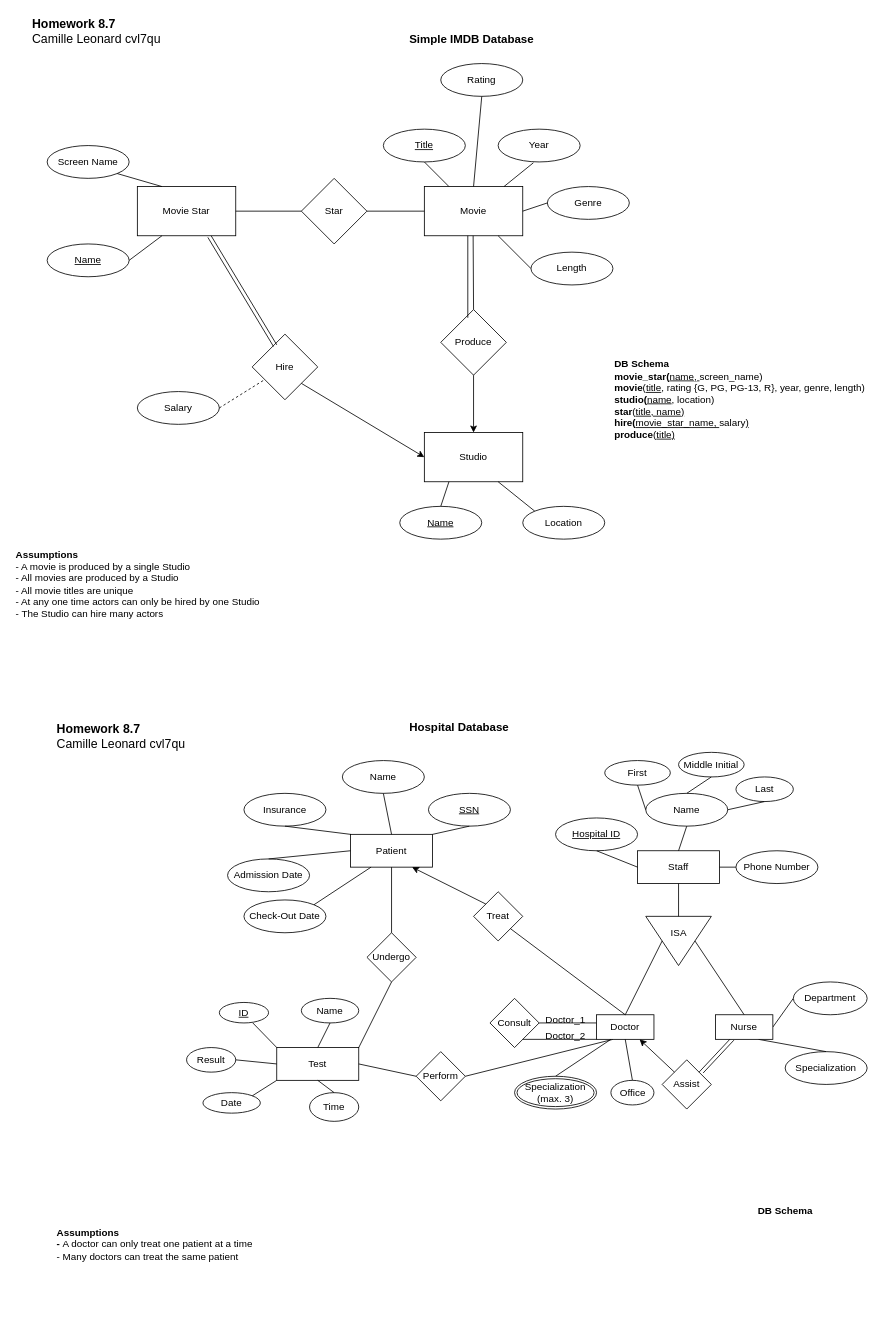
Above: HW 8.7 ER Diagrams.drawio in camillevleonard/CS_5012_Mod_8_MOE (draw.io), before the change. Source tidied: cells renumbered, new cells numbered last; positions are measured from the earlier drawing's top-left corner, leaving out a move shared by most shapes. Both pictures are drawn from the tidied source at 82%, with x=0, y=0 at pixel (14, 14).
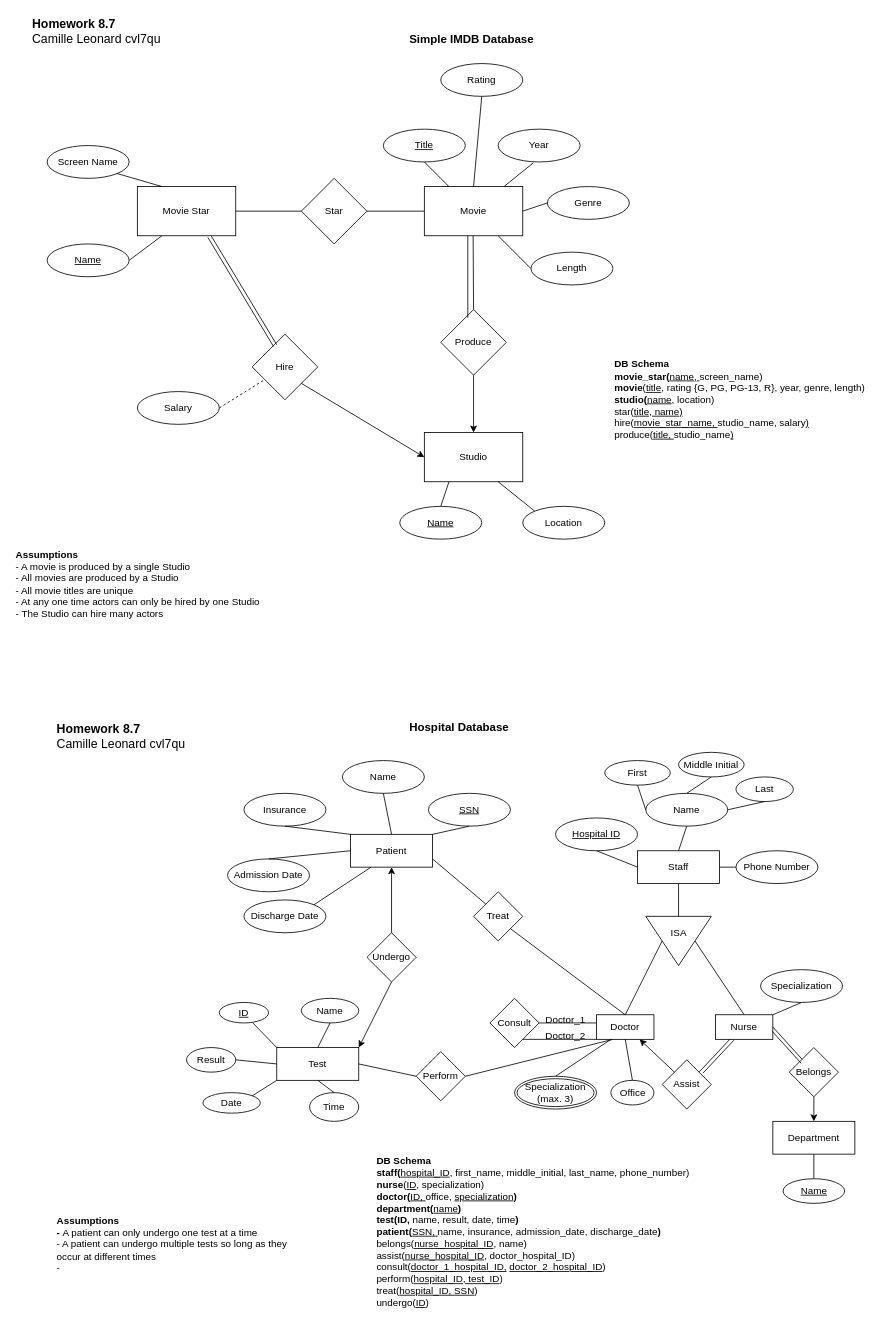
The same diagram, later.

Unchanged cells that the change refers to:
```xml
<mxCell id="41" value="Patient" style="whiteSpace=wrap;html=1;align=center;" parent="1" vertex="1">
  <mxGeometry x="410" y="1000" width="100" height="40" as="geometry" />
</mxCell>
<mxCell id="42" value="Treat" style="rhombus;whiteSpace=wrap;html=1;" parent="1" vertex="1">
  <mxGeometry x="560" y="1070" width="60" height="60" as="geometry" />
</mxCell>
<mxCell id="71" value="Assist" style="rhombus;whiteSpace=wrap;html=1;" parent="1" vertex="1">
  <mxGeometry x="790" y="1275" width="60" height="60" as="geometry" />
</mxCell>
<mxCell id="93" value="Nurse" style="whiteSpace=wrap;html=1;align=center;" parent="1" vertex="1">
  <mxGeometry x="855" y="1220" width="70" height="30" as="geometry" />
</mxCell>
<mxCell id="94" value="Doctor" style="whiteSpace=wrap;html=1;align=center;" parent="1" vertex="1">
  <mxGeometry x="710" y="1220" width="70" height="30" as="geometry" />
</mxCell>
<mxCell id="102" value="Test" style="whiteSpace=wrap;html=1;align=center;" parent="1" vertex="1">
  <mxGeometry x="320" y="1260" width="100" height="40" as="geometry" />
</mxCell>
<mxCell id="109" value="Undergo" style="rhombus;whiteSpace=wrap;html=1;" parent="1" vertex="1">
  <mxGeometry x="430" y="1120" width="60" height="60" as="geometry" />
</mxCell>
```

Change to the diagram source:
```diff
@@
-    <mxCell id="27" value="&lt;b&gt;DB Schema&lt;br&gt;movie_star(&lt;/b&gt;&lt;u&gt;name, &lt;/u&gt;screen_name)&lt;br&gt;&lt;b&gt;movie&lt;/b&gt;(&lt;u&gt;title&lt;/u&gt;, rating {G, PG, PG-13, R}, year, genre, length)&lt;br&gt;&lt;b&gt;studio(&lt;/b&gt;&lt;u&gt;name&lt;/u&gt;, location)&lt;br&gt;&lt;b&gt;star&lt;/b&gt;(&lt;u&gt;title, name)&lt;br&gt;&lt;/u&gt;&lt;b&gt;hire(&lt;/b&gt;&lt;u&gt;movie_star_name, &lt;/u&gt;salary&lt;u&gt;)&lt;br&gt;&lt;/u&gt;&lt;b&gt;produce&lt;/b&gt;(&lt;u&gt;title)&lt;/u&gt;" style="text;html=1;align=left;verticalAlign=middle;" parent="1" vertex="1">
+    <mxCell id="27" value="&lt;b&gt;DB Schema&lt;br&gt;movie_star(&lt;/b&gt;&lt;u&gt;name, &lt;/u&gt;screen_name)&lt;br&gt;&lt;b&gt;movie&lt;/b&gt;(&lt;u&gt;title&lt;/u&gt;, rating {G, PG, PG-13, R}, year, genre, length)&lt;br&gt;&lt;b&gt;studio(&lt;/b&gt;&lt;u&gt;name&lt;/u&gt;, location)&lt;br&gt;star(&lt;u&gt;title, name)&lt;br&gt;&lt;/u&gt;hire(&lt;u&gt;movie_star_name, &lt;/u&gt;studio_name,&amp;nbsp;salary&lt;u&gt;)&lt;br&gt;&lt;/u&gt;produce(&lt;u&gt;title, &lt;/u&gt;studio_name&lt;u&gt;)&lt;/u&gt;" style="text;html=1;align=left;verticalAlign=middle;" parent="1" vertex="1">
       <mxGeometry x="730" y="420" width="320" height="100" as="geometry" />
     </mxCell>
-    <mxCell id="28" value="&lt;b&gt;Assumptions&lt;br&gt;- &lt;/b&gt;A doctor can only treat one patient at a time&lt;br&gt;- Many doctors can treat the same patient" style="text;html=1;align=left;verticalAlign=middle;" parent="1" vertex="1">
-      <mxGeometry x="50" y="1475" width="250" height="50" as="geometry" />
+    <mxCell id="28" value="&lt;b&gt;Assumptions&lt;br&gt;- &lt;/b&gt;A patient can only undergo one test at a time&lt;br&gt;- A patient can undergo multiple tests so long as they &lt;br&gt;occur at different times&lt;br&gt;-" style="text;html=1;align=left;verticalAlign=middle;" parent="1" vertex="1">
+      <mxGeometry x="50" y="1460" width="300" height="80" as="geometry" />
     </mxCell>
-    <mxCell id="29" value="&lt;b&gt;DB Schema&lt;/b&gt;" style="text;html=1;align=left;verticalAlign=middle;" parent="1" vertex="1">
-      <mxGeometry x="905" y="1450" width="80" height="20" as="geometry" />
+    <mxCell id="29" value="&lt;b&gt;DB Schema&lt;/b&gt;&lt;br&gt;&lt;b&gt;staff(&lt;/b&gt;&lt;u&gt;hospital_ID&lt;/u&gt;, first_name, middle_initial, last_name, phone_number)&lt;br&gt;&lt;b&gt;nurse&lt;/b&gt;(&lt;u&gt;ID&lt;/u&gt;, specialization)&lt;br&gt;&lt;b&gt;doctor(&lt;/b&gt;&lt;u&gt;ID,&lt;/u&gt;&lt;u style=&quot;font-weight: bold&quot;&gt; &lt;/u&gt;office, &lt;u&gt;specialization&lt;/u&gt;&lt;b&gt;)&lt;/b&gt;&lt;br&gt;&lt;b&gt;department(&lt;/b&gt;&lt;u&gt;name&lt;/u&gt;&lt;b&gt;)&lt;/b&gt;&lt;br&gt;&lt;b&gt;test(&lt;/b&gt;&lt;b&gt;ID, &lt;/b&gt;name, result, date, time&lt;b&gt;)&lt;/b&gt;&lt;br&gt;&lt;b&gt;patient(&lt;/b&gt;&lt;u&gt;SSN, &lt;/u&gt;name, insurance, admission_date, discharge_date&lt;b&gt;)&lt;/b&gt;&lt;br&gt;belongs(&lt;u&gt;nurse_hospital_ID&lt;/u&gt;, name)&lt;br&gt;assist(&lt;u&gt;nurse_hospital_ID&lt;/u&gt;, doctor_hospital_ID)&lt;br&gt;consult(&lt;u&gt;doctor_1_hospital_ID,&lt;/u&gt; &lt;u&gt;doctor_2_hospital_ID&lt;/u&gt;)&lt;br&gt;perform(&lt;u&gt;hospital_ID, test_ID&lt;/u&gt;)&lt;br&gt;treat(&lt;u&gt;hospital_ID, SSN&lt;/u&gt;)&lt;br&gt;undergo(&lt;u&gt;ID&lt;/u&gt;)" style="text;html=1;align=left;verticalAlign=middle;" parent="1" vertex="1">
+      <mxGeometry x="440" y="1390" width="400" height="190" as="geometry" />
     </mxCell>
@@
-    <mxCell id="38" style="endArrow=none;html=1;entryX=1;entryY=0.5;entryDx=0;entryDy=0;exitX=0;exitY=0.5;exitDx=0;exitDy=0;" parent="1" edge="1" source="40" target="93">
-      <mxGeometry relative="1" as="geometry" />
-    </mxCell>
     <mxCell id="39" value="Specialization" style="ellipse;whiteSpace=wrap;html=1;align=center;" parent="1" vertex="1">
-      <mxGeometry x="940" y="1265" width="100" height="40" as="geometry" />
+      <mxGeometry x="910" y="1165" width="100" height="40" as="geometry" />
     </mxCell>
-    <mxCell id="40" value="Department" style="ellipse;whiteSpace=wrap;html=1;align=center;" parent="1" vertex="1">
-      <mxGeometry x="950" y="1180" width="90" height="40" as="geometry" />
-    </mxCell>
@@
-    <mxCell id="48" value="Check-Out Date" style="ellipse;whiteSpace=wrap;html=1;align=center;" parent="1" vertex="1">
+    <mxCell id="48" value="Discharge Date" style="ellipse;whiteSpace=wrap;html=1;align=center;" parent="1" vertex="1">
       <mxGeometry x="280" y="1080" width="100" height="40" as="geometry" />
     </mxCell>
@@
-    <mxCell id="58" style="endArrow=none;html=1;entryX=0.75;entryY=1;entryDx=0;entryDy=0;exitX=0.5;exitY=0;exitDx=0;exitDy=0;" parent="1" edge="1" source="39" target="93">
+    <mxCell id="58" style="endArrow=none;html=1;entryX=1;entryY=0;entryDx=0;entryDy=0;exitX=0.5;exitY=1;exitDx=0;exitDy=0;" parent="1" edge="1" source="39" target="93">
       <mxGeometry relative="1" as="geometry" />
     </mxCell>
@@
-    <mxCell id="110" style="endArrow=none;html=1;exitX=1;exitY=0;exitDx=0;exitDy=0;entryX=0.5;entryY=1;entryDx=0;entryDy=0;" parent="1" edge="1" source="102" target="109">
-      <mxGeometry relative="1" as="geometry" />
-    </mxCell>
+    <mxCell id="112" style="endArrow=classic;html=1;exitX=0;exitY=0;exitDx=0;exitDy=0;entryX=0.75;entryY=1;entryDx=0;entryDy=0;" parent="1" edge="1" source="71" target="94">
+      <mxGeometry relative="1" as="geometry" />
+    </mxCell>
+    <mxCell id="114" style="endArrow=none;html=1;entryX=1;entryY=1;entryDx=0;entryDy=0;exitX=0.5;exitY=0;exitDx=0;exitDy=0;" parent="1" edge="1" source="94" target="42">
+      <mxGeometry relative="1" as="geometry" />
+    </mxCell>
+    <mxCell id="40" value="Department" style="whiteSpace=wrap;html=1;align=center;" parent="1" vertex="1">
+      <mxGeometry x="925" y="1350" width="100" height="40" as="geometry" />
+    </mxCell>
+    <mxCell id="115" value="Belongs" style="rhombus;whiteSpace=wrap;html=1;" parent="1" vertex="1">
+      <mxGeometry x="945" y="1260" width="60" height="60" as="geometry" />
+    </mxCell>
+    <mxCell id="116" style="endArrow=none;html=1;" parent="1" edge="1" source="115">
+      <mxGeometry relative="1" as="geometry">
+        <mxPoint x="925" y="1235" as="targetPoint" />
+      </mxGeometry>
+    </mxCell>
+    <mxCell id="117" style="endArrow=none;html=1;" parent="1" edge="1">
+      <mxGeometry relative="1" as="geometry">
+        <mxPoint x="959.7" y="1279.3" as="sourcePoint" />
+        <mxPoint x="924" y="1240" as="targetPoint" />
+      </mxGeometry>
+    </mxCell>
+    <mxCell id="118" style="endArrow=classic;html=1;exitX=0.5;exitY=1;exitDx=0;exitDy=0;" parent="1" edge="1" source="115" target="40">
+      <mxGeometry relative="1" as="geometry" />
+    </mxCell>
+    <mxCell id="113" style="endArrow=none;html=1;entryX=1;entryY=0.75;entryDx=0;entryDy=0;exitX=0;exitY=0;exitDx=0;exitDy=0;" parent="1" edge="1" source="42" target="41">
+      <mxGeometry relative="1" as="geometry" />
+    </mxCell>
+    <mxCell id="119" value="Name" style="ellipse;whiteSpace=wrap;html=1;align=center;fontStyle=4;" parent="1" vertex="1">
+      <mxGeometry x="937.5" y="1420" width="75" height="30" as="geometry" />
+    </mxCell>
+    <mxCell id="120" style="endArrow=none;html=1;entryX=0.5;entryY=1;entryDx=0;entryDy=0;" parent="1" edge="1" source="119" target="40">
+      <mxGeometry relative="1" as="geometry" />
+    </mxCell>
+    <mxCell id="121" style="endArrow=classic;html=1;entryX=1;entryY=0;entryDx=0;entryDy=0;exitX=0.5;exitY=1;exitDx=0;exitDy=0;" parent="1" edge="1" source="109" target="102">
+      <mxGeometry relative="1" as="geometry" />
+    </mxCell>
-    <mxCell id="111" style="endArrow=none;html=1;entryX=0.5;entryY=1;entryDx=0;entryDy=0;" parent="1" edge="1" source="109" target="41">
+    <mxCell id="111" style="endArrow=classic;html=1;entryX=0.5;entryY=1;entryDx=0;entryDy=0;exitX=0.5;exitY=0;exitDx=0;exitDy=0;" parent="1" edge="1" source="109" target="41">
       <mxGeometry relative="1" as="geometry" />
     </mxCell>
-    <mxCell id="112" style="endArrow=classic;html=1;exitX=0;exitY=0;exitDx=0;exitDy=0;entryX=0.75;entryY=1;entryDx=0;entryDy=0;" parent="1" edge="1" source="71" target="94">
-      <mxGeometry relative="1" as="geometry" />
-    </mxCell>
-    <mxCell id="113" style="endArrow=classic;html=1;entryX=0.75;entryY=1;entryDx=0;entryDy=0;exitX=0;exitY=0;exitDx=0;exitDy=0;" parent="1" edge="1" source="42" target="41">
-      <mxGeometry relative="1" as="geometry" />
-    </mxCell>
-    <mxCell id="114" style="endArrow=none;html=1;entryX=1;entryY=1;entryDx=0;entryDy=0;exitX=0.5;exitY=0;exitDx=0;exitDy=0;" parent="1" edge="1" source="94" target="42">
-      <mxGeometry relative="1" as="geometry" />
-    </mxCell>
```
